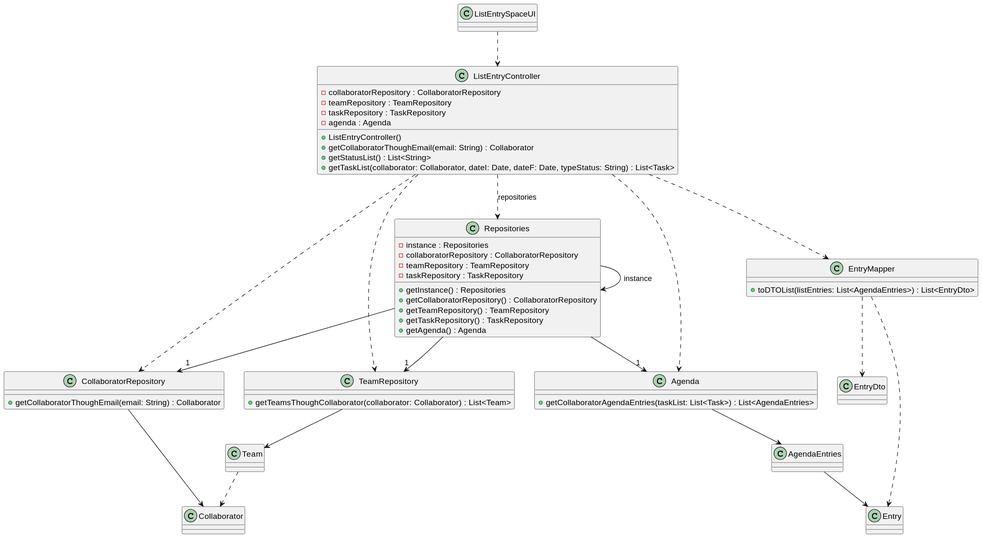
Above: docs/sprintC/us028/03.design/svg/us028-class-diagram.svg in ricardomm7/leaflink (PlantUML), before the change.
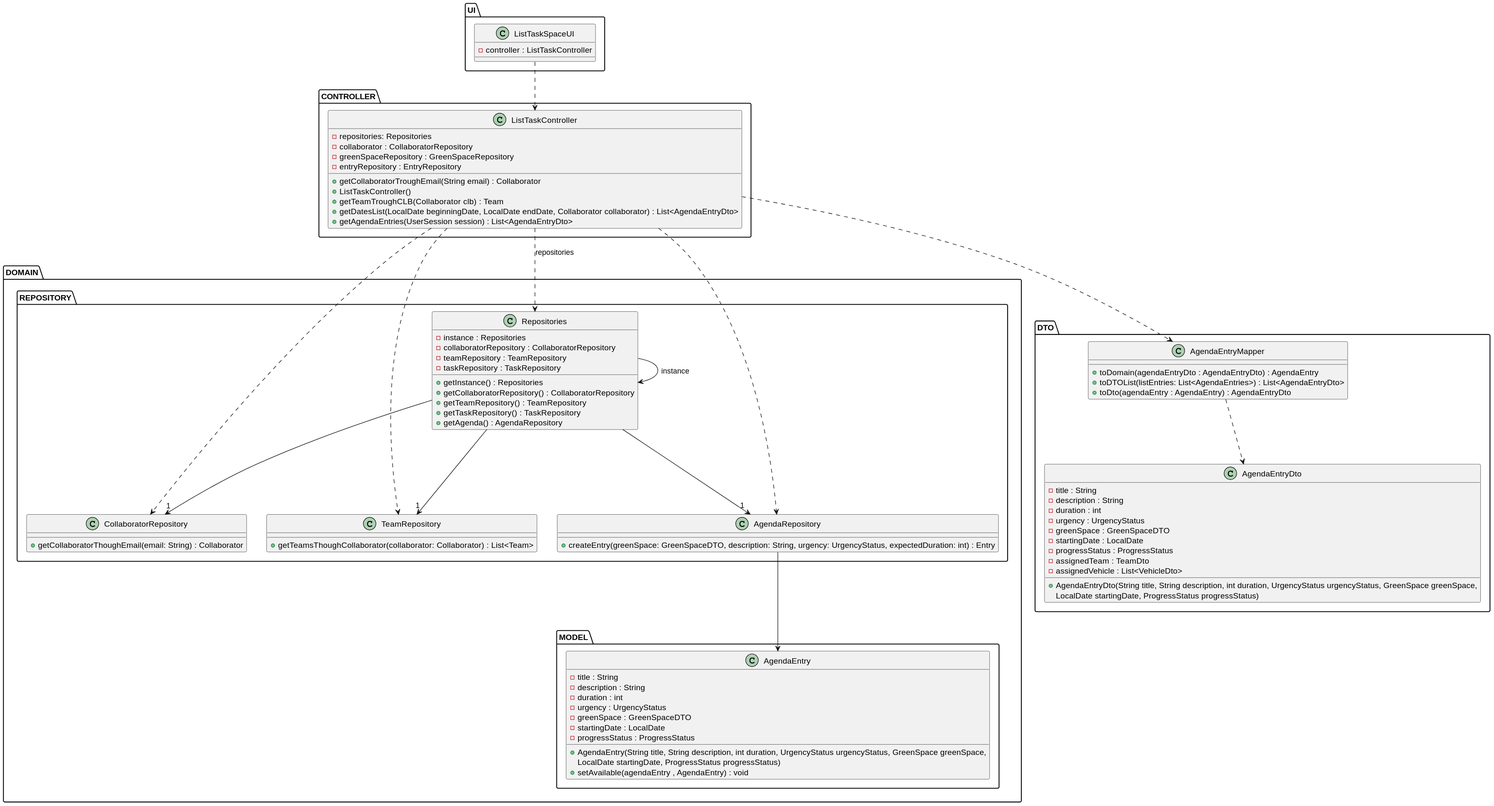
The same file after the commit.

What changed in the source:
```diff
@@ -2,20 +2,27 @@
 skinparam shadowing false
 skinparam line type polyline
 
-class ListEntrySpaceUI {
+package UI {
+class ListTaskSpaceUI {
+    - controller : ListTaskController
+}
 }
 
-class ListEntryController {
-    - collaboratorRepository : CollaboratorRepository
-    - teamRepository : TeamRepository
-    - taskRepository : TaskRepository
-    - agenda : Agenda
-    + ListEntryController()
-    + getCollaboratorThoughEmail(email: String) : Collaborator
-    + getStatusList() : List<String>
-    + getTaskList(collaborator: Collaborator, dateI: Date, dateF: Date, typeStatus: String) : List<Task>
+package CONTROLLER {
+class ListTaskController {
+    - repositories: Repositories
+    - collaborator : CollaboratorRepository
+    - greenSpaceRepository : GreenSpaceRepository
+    - entryRepository : EntryRepository
+    + getCollaboratorTroughEmail(String email) : Collaborator
+    + ListTaskController()
+    + getTeamTroughCLB(Collaborator clb) : Team
+    + getDatesList(LocalDate beginningDate, LocalDate endDate, Collaborator collaborator) : List<AgendaEntryDto>
+    + getAgendaEntries(UserSession session) : List<AgendaEntryDto>
 }
-
+}
+package DOMAIN {
+package REPOSITORY {
 class Repositories {
     - instance : Repositories
     - collaboratorRepository : CollaboratorRepository
@@ -25,7 +32,7 @@
     + getCollaboratorRepository() : CollaboratorRepository
     + getTeamRepository() : TeamRepository
     + getTaskRepository() : TaskRepository
-    + getAgenda() : Agenda
+    + getAgenda() : AgendaRepository
 }
 
 class CollaboratorRepository {
@@ -36,47 +43,64 @@
     + getTeamsThoughCollaborator(collaborator: Collaborator) : List<Team>
 }
 
-class Agenda {
-    + getCollaboratorAgendaEntries(taskList: List<Task>) : List<AgendaEntries>
+class AgendaRepository {
+    + createEntry(greenSpace: GreenSpaceDTO, description: String, urgency: UrgencyStatus, expectedDuration: int) : Entry
 }
-
-class EntryMapper {
-    + toDTOList(listEntries: List<AgendaEntries>) : List<EntryDto>
-}
-
-class Collaborator {
-}
-
-class Team {
-}
-
-class AgendaEntries {
-}
-
-class EntryDto {
 }
 
 
 
-ListEntrySpaceUI ..> ListEntryController
+package MODEL{
+class AgendaEntry {
+    - title : String
+    - description : String
+    - duration : int
+    - urgency : UrgencyStatus
+    - greenSpace : GreenSpaceDTO
+    - startingDate : LocalDate
+    - progressStatus : ProgressStatus
 
-ListEntryController ..> EntryMapper
-ListEntryController ..> Repositories: repositories
+    +AgendaEntry(String title, String description, int duration, UrgencyStatus urgencyStatus, GreenSpace greenSpace,
+                            LocalDate startingDate, ProgressStatus progressStatus)
+    + setAvailable(agendaEntry , AgendaEntry) : void
+}
+}
+}
+package DTO {
+class AgendaEntryDto {
+    - title : String
+    - description : String
+    - duration : int
+    - urgency : UrgencyStatus
+    - greenSpace : GreenSpaceDTO
+    - startingDate : LocalDate
+    - progressStatus : ProgressStatus
+    - assignedTeam : TeamDto
+    - assignedVehicle : List<VehicleDto>
+    +AgendaEntryDto(String title, String description, int duration, UrgencyStatus urgencyStatus, GreenSpace greenSpace,
+                            LocalDate startingDate, ProgressStatus progressStatus)
+}
+
+class AgendaEntryMapper {
+    + toDomain(agendaEntryDto : AgendaEntryDto) : AgendaEntry
+    + toDTOList(listEntries: List<AgendaEntries>) : List<AgendaEntryDto>
+    + toDto(agendaEntry : AgendaEntry) : AgendaEntryDto
+}
+}
+
+ListTaskSpaceUI ..> ListTaskController
+
+ListTaskController ..> AgendaEntryMapper
+ListTaskController ..> Repositories: repositories
 Repositories --> Repositories: instance
-ListEntryController ..> CollaboratorRepository
-ListEntryController ..> TeamRepository
-ListEntryController ..> Agenda
+ListTaskController ..> CollaboratorRepository
+ListTaskController ..> TeamRepository
+ListTaskController ..> AgendaRepository
 Repositories --> "1" CollaboratorRepository
 Repositories --> "1" TeamRepository
-Repositories --> "1" Agenda
+Repositories --> "1" AgendaRepository
 
-Agenda --> AgendaEntries
+AgendaRepository --> AgendaEntry
 
-AgendaEntries --> Entry
-EntryMapper ..> EntryDto
-EntryMapper ..> Entry
-TeamRepository --> Team
-
-Team ..> Collaborator
-CollaboratorRepository --> Collaborator
+AgendaEntryMapper ..> AgendaEntryDto
 @enduml
```
